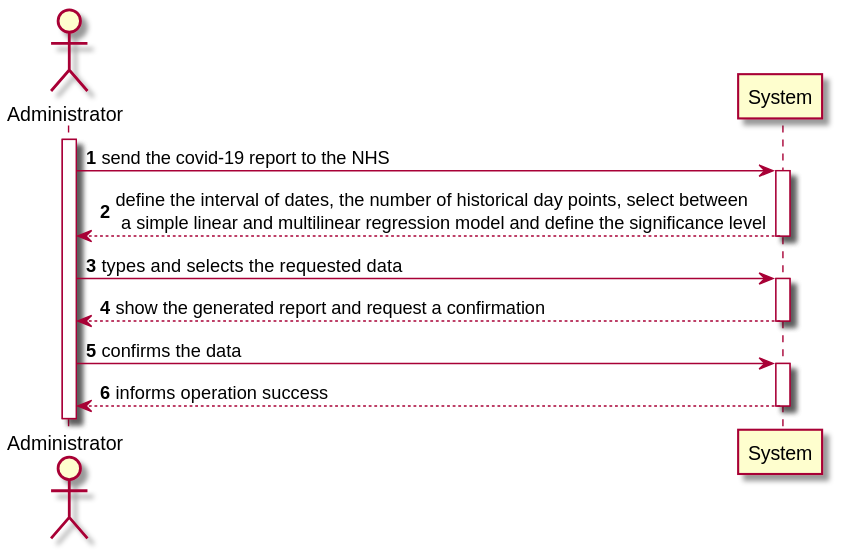
Before: docs/SprintD/US18/US18-SSD.svg, a diagram exported from PlantUML (0franciscor/lei-21-s2-1de-g19).
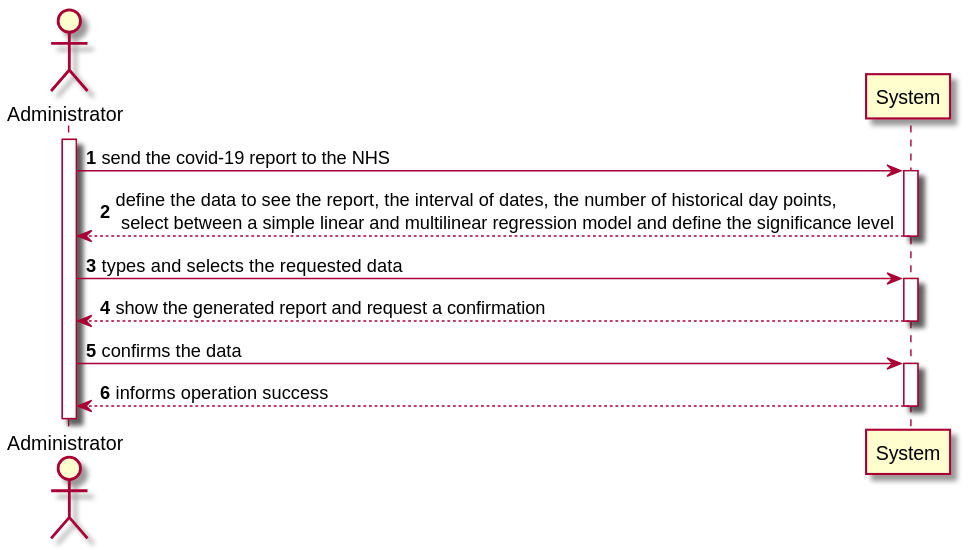
Above is the later version.

The edit, as a diff of the source:
```diff
@@ -5,7 +5,7 @@
 actor "Administrator" as A
 activate A
 A -> System ++: send the covid-19 report to the NHS
-System -->  A --: define the interval of dates, the number of historical day points, select between \n a simple linear and multilinear regression model and define the significance level
+System -->  A --: define the data to see the report, the interval of dates, the number of historical day points, \n select between a simple linear and multilinear regression model and define the significance level
 A -> System ++: types and selects the requested data
 System -->  A --: show the generated report and request a confirmation
 A -> System ++: confirms the data
```
